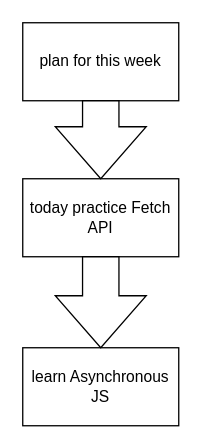
Above: Untitled Diagram.drawio in thanatP-Bz/MyProjects (draw.io), before the change. Source tidied: cells renumbered, new cells numbered last; positions are measured from the earlier drawing's top-left corner, leaving out a move shared by most shapes. Both pictures are drawn from the tidied source at 130%, with x=0, y=0 at pixel (22, 22).
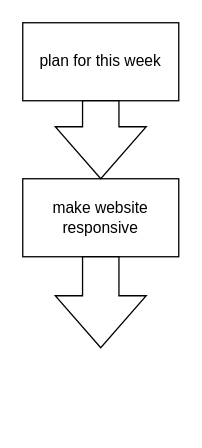
Above is the later version.

The edit, as a diff of the source:
```diff
@@
 <mxGraphModel>
   <root>
     <mxCell id="0" />
     <mxCell id="1" parent="0" />
     <mxCell id="2" value="plan for this week" style="rounded=0;whiteSpace=wrap;html=1;" parent="1" vertex="1">
       <mxGeometry width="120" height="60" as="geometry" />
     </mxCell>
-    <mxCell id="3" value="today practice Fetch API" style="rounded=0;whiteSpace=wrap;html=1;" parent="1" vertex="1">
+    <mxCell id="3" value="make website responsive" style="rounded=0;whiteSpace=wrap;html=1;" parent="1" vertex="1">
       <mxGeometry y="120" width="120" height="60" as="geometry" />
     </mxCell>
-    <mxCell id="4" value="learn Asynchronous JS" style="rounded=0;whiteSpace=wrap;html=1;" parent="1" vertex="1">
-      <mxGeometry y="250" width="120" height="60" as="geometry" />
-    </mxCell>
     <mxCell id="5" style="html=1;shadow=0;dashed=0;align=center;verticalAlign=middle;shape=mxgraph.arrows2.arrow;dy=0.6;dx=40;direction=south;notch=0;" parent="1" vertex="1">
       <mxGeometry x="25" y="60" width="70" height="60" as="geometry" />
     </mxCell>
     <mxCell id="6" style="html=1;shadow=0;dashed=0;align=center;verticalAlign=middle;shape=mxgraph.arrows2.arrow;dy=0.6;dx=40;direction=south;notch=0;" parent="1" vertex="1">
       <mxGeometry x="25" y="180" width="70" height="70" as="geometry" />
     </mxCell>
   </root>
 </mxGraphModel>
```
